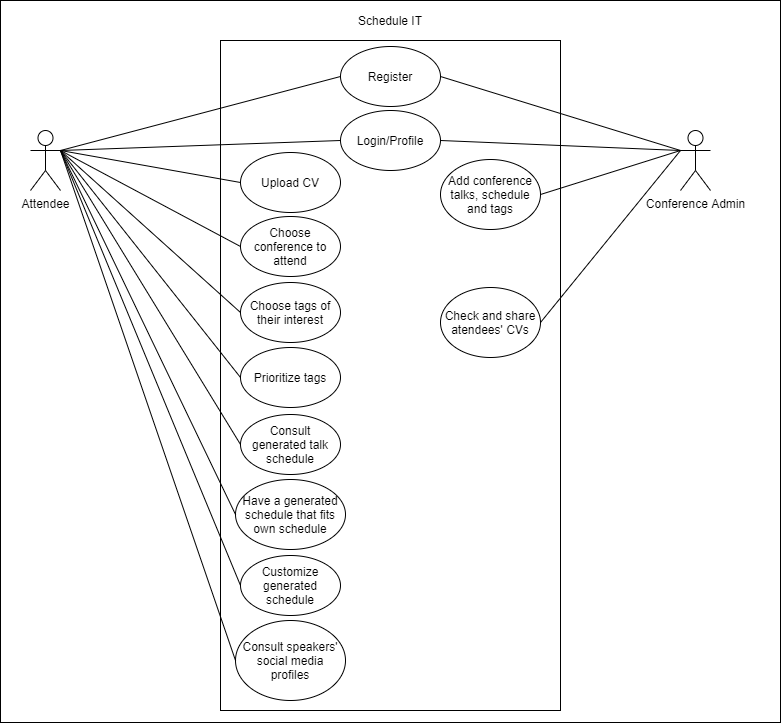
The draw.io diagram img/use_case_diagram.png in claramoreirag/FEUP-ESOF, before a commit. Source tidied: cells renumbered, new cells last; positions are measured from the earlier drawing's top-left corner, leaving out a move shared by most shapes. Its diagram source:
```xml
<mxGraphModel>
  <root>
    <mxCell id="0" />
    <mxCell id="1" parent="0" />
    <mxCell id="2" style="rounded=0;whiteSpace=wrap;html=1;" parent="1" vertex="1">
      <mxGeometry width="780" height="722" as="geometry" />
    </mxCell>
    <mxCell id="3" value="&lt;div&gt;Attendee&lt;/div&gt;" style="shape=umlActor;verticalLabelPosition=bottom;labelBackgroundColor=#ffffff;verticalAlign=top;html=1;outlineConnect=0;" parent="1" vertex="1">
      <mxGeometry x="30" y="130" width="30" height="60" as="geometry" />
    </mxCell>
    <mxCell id="4" style="rounded=0;whiteSpace=wrap;html=1;" parent="1" vertex="1">
      <mxGeometry x="220" y="40" width="340" height="670" as="geometry" />
    </mxCell>
    <mxCell id="5" value="&lt;div&gt;Conference Admin&lt;/div&gt;" style="shape=umlActor;verticalLabelPosition=bottom;labelBackgroundColor=#ffffff;verticalAlign=top;html=1;outlineConnect=0;" parent="1" vertex="1">
      <mxGeometry x="680" y="130" width="30" height="60" as="geometry" />
    </mxCell>
    <mxCell id="6" value="Schedule IT" style="text;html=1;strokeColor=none;fillColor=none;align=center;verticalAlign=middle;whiteSpace=wrap;rounded=0;" parent="1" vertex="1">
      <mxGeometry x="310" y="10" width="160" height="20" as="geometry" />
    </mxCell>
    <mxCell id="7" value="Login/Profile" style="ellipse;whiteSpace=wrap;html=1;" parent="1" vertex="1">
      <mxGeometry x="340" y="110" width="100" height="60" as="geometry" />
    </mxCell>
    <mxCell id="8" value="Register" style="ellipse;whiteSpace=wrap;html=1;" parent="1" vertex="1">
      <mxGeometry x="340" y="46" width="100" height="60" as="geometry" />
    </mxCell>
    <mxCell id="9" value="Choose tags of their interest" style="ellipse;whiteSpace=wrap;html=1;" parent="1" vertex="1">
      <mxGeometry x="240" y="282" width="100" height="60" as="geometry" />
    </mxCell>
    <mxCell id="10" value="Add conference talks, schedule and tags" style="ellipse;whiteSpace=wrap;html=1;" parent="1" vertex="1">
      <mxGeometry x="440" y="159" width="100" height="70" as="geometry" />
    </mxCell>
    <mxCell id="11" value="Consult generated talk schedule" style="ellipse;whiteSpace=wrap;html=1;" parent="1" vertex="1">
      <mxGeometry x="240" y="414" width="100" height="60" as="geometry" />
    </mxCell>
    <mxCell id="12" style="endArrow=none;html=1;exitX=1;exitY=0.3333333333333333;exitDx=0;exitDy=0;exitPerimeter=0;entryX=0;entryY=0.5;entryDx=0;entryDy=0;" parent="1" edge="1" source="3" target="7">
      <mxGeometry relative="1" as="geometry" />
    </mxCell>
    <mxCell id="13" style="endArrow=none;html=1;exitX=0;exitY=0.5;exitDx=0;exitDy=0;entryX=1;entryY=0.3333333333333333;entryDx=0;entryDy=0;entryPerimeter=0;" parent="1" edge="1" source="8" target="3">
      <mxGeometry relative="1" as="geometry" />
    </mxCell>
    <mxCell id="14" style="endArrow=none;html=1;entryX=1;entryY=0.5;entryDx=0;entryDy=0;exitX=0;exitY=0.3333333333333333;exitDx=0;exitDy=0;exitPerimeter=0;" parent="1" edge="1" source="5" target="7">
      <mxGeometry relative="1" as="geometry" />
    </mxCell>
    <mxCell id="15" style="endArrow=none;html=1;entryX=1;entryY=0.5;entryDx=0;entryDy=0;" parent="1" edge="1" target="8">
      <mxGeometry relative="1" as="geometry">
        <mxPoint x="680" y="150" as="sourcePoint" />
      </mxGeometry>
    </mxCell>
    <mxCell id="16" style="endArrow=none;html=1;exitX=0;exitY=0.5;exitDx=0;exitDy=0;" parent="1" edge="1" source="9">
      <mxGeometry relative="1" as="geometry">
        <mxPoint x="60" y="150" as="targetPoint" />
      </mxGeometry>
    </mxCell>
    <mxCell id="17" style="endArrow=none;html=1;entryX=0;entryY=0.5;entryDx=0;entryDy=0;" parent="1" edge="1" target="11">
      <mxGeometry relative="1" as="geometry">
        <mxPoint x="60" y="150" as="sourcePoint" />
      </mxGeometry>
    </mxCell>
    <mxCell id="18" style="endArrow=none;html=1;exitX=1;exitY=0.5;exitDx=0;exitDy=0;" parent="1" edge="1" source="10">
      <mxGeometry relative="1" as="geometry">
        <mxPoint x="680" y="150" as="targetPoint" />
      </mxGeometry>
    </mxCell>
    <mxCell id="19" value="Prioritize tags" style="ellipse;whiteSpace=wrap;html=1;" parent="1" vertex="1">
      <mxGeometry x="240" y="347" width="100" height="60" as="geometry" />
    </mxCell>
    <mxCell id="20" style="endArrow=none;html=1;exitX=0;exitY=0.5;exitDx=0;exitDy=0;" parent="1" edge="1" source="19">
      <mxGeometry relative="1" as="geometry">
        <mxPoint x="60" y="150" as="targetPoint" />
      </mxGeometry>
    </mxCell>
    <mxCell id="21" style="endArrow=none;html=1;exitX=0;exitY=0.5;exitDx=0;exitDy=0;" parent="1" edge="1" source="22">
      <mxGeometry relative="1" as="geometry">
        <mxPoint x="60" y="150" as="targetPoint" />
      </mxGeometry>
    </mxCell>
    <mxCell id="22" value="Customize generated schedule" style="ellipse;whiteSpace=wrap;html=1;" parent="1" vertex="1">
      <mxGeometry x="240" y="555" width="100" height="60" as="geometry" />
    </mxCell>
    <mxCell id="23" value="Upload CV" style="ellipse;whiteSpace=wrap;html=1;" parent="1" vertex="1">
      <mxGeometry x="240" y="152" width="100" height="60" as="geometry" />
    </mxCell>
    <mxCell id="24" style="endArrow=none;html=1;entryX=0;entryY=0.5;entryDx=0;entryDy=0;exitX=1;exitY=0.3333333333333333;exitDx=0;exitDy=0;exitPerimeter=0;" parent="1" edge="1" source="3" target="23">
      <mxGeometry relative="1" as="geometry" />
    </mxCell>
    <mxCell id="25" value="Check and share atendees' CVs" style="ellipse;whiteSpace=wrap;html=1;" parent="1" vertex="1">
      <mxGeometry x="440" y="287" width="100" height="70" as="geometry" />
    </mxCell>
    <mxCell id="26" style="endArrow=none;html=1;exitX=1;exitY=0.5;exitDx=0;exitDy=0;" parent="1" edge="1" source="25">
      <mxGeometry relative="1" as="geometry">
        <mxPoint x="680" y="150" as="targetPoint" />
      </mxGeometry>
    </mxCell>
    <mxCell id="27" value="Have a generated schedule that fits own schedule" style="ellipse;whiteSpace=wrap;html=1;" parent="1" vertex="1">
      <mxGeometry x="235" y="479" width="110" height="70" as="geometry" />
    </mxCell>
    <mxCell id="28" style="endArrow=none;html=1;exitX=0;exitY=0.5;exitDx=0;exitDy=0;" parent="1" edge="1" source="27">
      <mxGeometry relative="1" as="geometry">
        <mxPoint x="60" y="150" as="targetPoint" />
      </mxGeometry>
    </mxCell>
    <mxCell id="29" value="Consult speakers' social media profiles" style="ellipse;whiteSpace=wrap;html=1;" parent="1" vertex="1">
      <mxGeometry x="235" y="620" width="110" height="80" as="geometry" />
    </mxCell>
    <mxCell id="30" style="endArrow=none;html=1;exitX=0;exitY=0.5;exitDx=0;exitDy=0;" parent="1" edge="1" source="29">
      <mxGeometry relative="1" as="geometry">
        <mxPoint x="60" y="150" as="targetPoint" />
      </mxGeometry>
    </mxCell>
    <mxCell id="31" value="Choose conference to attend" style="ellipse;whiteSpace=wrap;html=1;" parent="1" vertex="1">
      <mxGeometry x="240" y="216" width="100" height="60" as="geometry" />
    </mxCell>
    <mxCell id="32" style="endArrow=none;html=1;entryX=0;entryY=0.5;entryDx=0;entryDy=0;" parent="1" edge="1" target="31">
      <mxGeometry relative="1" as="geometry">
        <mxPoint x="60" y="150" as="sourcePoint" />
      </mxGeometry>
    </mxCell>
  </root>
</mxGraphModel>
```
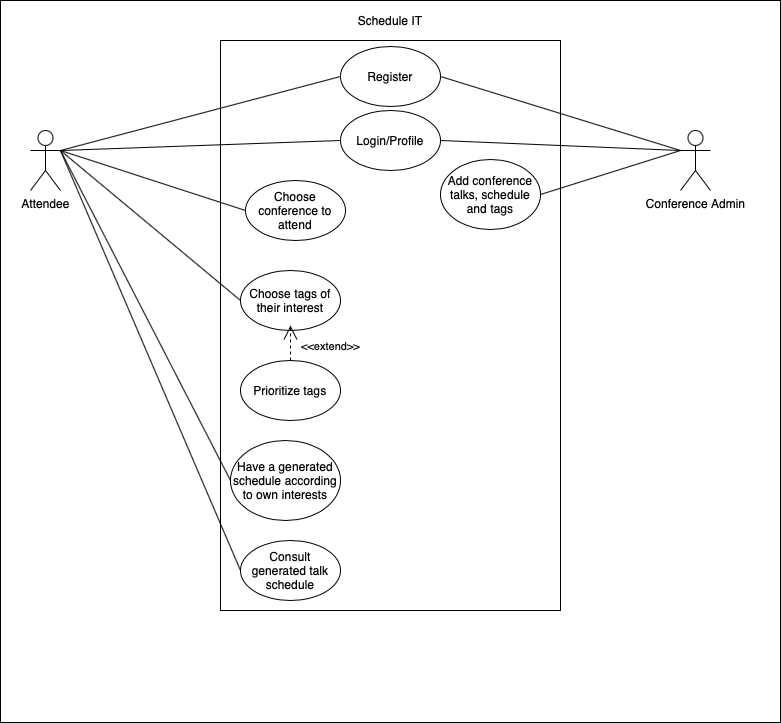
After the change.

The edit, as a diff of the source:
```diff
@@ -9,7 +9,7 @@
       <mxGeometry x="30" y="130" width="30" height="60" as="geometry" />
     </mxCell>
     <mxCell id="4" style="rounded=0;whiteSpace=wrap;html=1;" parent="1" vertex="1">
-      <mxGeometry x="220" y="40" width="340" height="670" as="geometry" />
+      <mxGeometry x="220" y="40" width="340" height="570" as="geometry" />
     </mxCell>
     <mxCell id="5" value="&lt;div&gt;Conference Admin&lt;/div&gt;" style="shape=umlActor;verticalLabelPosition=bottom;labelBackgroundColor=#ffffff;verticalAlign=top;html=1;outlineConnect=0;" parent="1" vertex="1">
       <mxGeometry x="680" y="130" width="30" height="60" as="geometry" />
@@ -24,13 +24,13 @@
       <mxGeometry x="340" y="46" width="100" height="60" as="geometry" />
     </mxCell>
     <mxCell id="9" value="Choose tags of their interest" style="ellipse;whiteSpace=wrap;html=1;" parent="1" vertex="1">
-      <mxGeometry x="240" y="282" width="100" height="60" as="geometry" />
+      <mxGeometry x="240" y="270" width="100" height="60" as="geometry" />
     </mxCell>
     <mxCell id="10" value="Add conference talks, schedule and tags" style="ellipse;whiteSpace=wrap;html=1;" parent="1" vertex="1">
       <mxGeometry x="440" y="159" width="100" height="70" as="geometry" />
     </mxCell>
     <mxCell id="11" value="Consult generated talk schedule" style="ellipse;whiteSpace=wrap;html=1;" parent="1" vertex="1">
-      <mxGeometry x="240" y="414" width="100" height="60" as="geometry" />
+      <mxGeometry x="240" y="540" width="100" height="60" as="geometry" />
     </mxCell>
     <mxCell id="12" style="endArrow=none;html=1;exitX=1;exitY=0.3333333333333333;exitDx=0;exitDy=0;exitPerimeter=0;entryX=0;entryY=0.5;entryDx=0;entryDy=0;" parent="1" edge="1" source="3" target="7">
       <mxGeometry relative="1" as="geometry" />
@@ -62,45 +62,10 @@
       </mxGeometry>
     </mxCell>
     <mxCell id="19" value="Prioritize tags" style="ellipse;whiteSpace=wrap;html=1;" parent="1" vertex="1">
-      <mxGeometry x="240" y="347" width="100" height="60" as="geometry" />
+      <mxGeometry x="240" y="360" width="100" height="60" as="geometry" />
     </mxCell>
-    <mxCell id="20" style="endArrow=none;html=1;exitX=0;exitY=0.5;exitDx=0;exitDy=0;" parent="1" edge="1" source="19">
-      <mxGeometry relative="1" as="geometry">
-        <mxPoint x="60" y="150" as="targetPoint" />
-      </mxGeometry>
-    </mxCell>
-    <mxCell id="21" style="endArrow=none;html=1;exitX=0;exitY=0.5;exitDx=0;exitDy=0;" parent="1" edge="1" source="22">
-      <mxGeometry relative="1" as="geometry">
-        <mxPoint x="60" y="150" as="targetPoint" />
-      </mxGeometry>
-    </mxCell>
-    <mxCell id="22" value="Customize generated schedule" style="ellipse;whiteSpace=wrap;html=1;" parent="1" vertex="1">
-      <mxGeometry x="240" y="555" width="100" height="60" as="geometry" />
-    </mxCell>
-    <mxCell id="23" value="Upload CV" style="ellipse;whiteSpace=wrap;html=1;" parent="1" vertex="1">
-      <mxGeometry x="240" y="152" width="100" height="60" as="geometry" />
-    </mxCell>
-    <mxCell id="24" style="endArrow=none;html=1;entryX=0;entryY=0.5;entryDx=0;entryDy=0;exitX=1;exitY=0.3333333333333333;exitDx=0;exitDy=0;exitPerimeter=0;" parent="1" edge="1" source="3" target="23">
-      <mxGeometry relative="1" as="geometry" />
-    </mxCell>
-    <mxCell id="25" value="Check and share atendees' CVs" style="ellipse;whiteSpace=wrap;html=1;" parent="1" vertex="1">
-      <mxGeometry x="440" y="287" width="100" height="70" as="geometry" />
-    </mxCell>
-    <mxCell id="26" style="endArrow=none;html=1;exitX=1;exitY=0.5;exitDx=0;exitDy=0;" parent="1" edge="1" source="25">
-      <mxGeometry relative="1" as="geometry">
-        <mxPoint x="680" y="150" as="targetPoint" />
-      </mxGeometry>
-    </mxCell>
-    <mxCell id="27" value="Have a generated schedule that fits own schedule" style="ellipse;whiteSpace=wrap;html=1;" parent="1" vertex="1">
-      <mxGeometry x="235" y="479" width="110" height="70" as="geometry" />
-    </mxCell>
-    <mxCell id="28" style="endArrow=none;html=1;exitX=0;exitY=0.5;exitDx=0;exitDy=0;" parent="1" edge="1" source="27">
-      <mxGeometry relative="1" as="geometry">
-        <mxPoint x="60" y="150" as="targetPoint" />
-      </mxGeometry>
-    </mxCell>
-    <mxCell id="29" value="Consult speakers' social media profiles" style="ellipse;whiteSpace=wrap;html=1;" parent="1" vertex="1">
-      <mxGeometry x="235" y="620" width="110" height="80" as="geometry" />
+    <mxCell id="29" value="Have a generated schedule according to own interests" style="ellipse;whiteSpace=wrap;html=1;" parent="1" vertex="1">
+      <mxGeometry x="230" y="440" width="110" height="80" as="geometry" />
     </mxCell>
     <mxCell id="30" style="endArrow=none;html=1;exitX=0;exitY=0.5;exitDx=0;exitDy=0;" parent="1" edge="1" source="29">
       <mxGeometry relative="1" as="geometry">
@@ -108,12 +73,23 @@
       </mxGeometry>
     </mxCell>
     <mxCell id="31" value="Choose conference to attend" style="ellipse;whiteSpace=wrap;html=1;" parent="1" vertex="1">
-      <mxGeometry x="240" y="216" width="100" height="60" as="geometry" />
+      <mxGeometry x="245" y="180" width="100" height="60" as="geometry" />
     </mxCell>
     <mxCell id="32" style="endArrow=none;html=1;entryX=0;entryY=0.5;entryDx=0;entryDy=0;" parent="1" edge="1" target="31">
       <mxGeometry relative="1" as="geometry">
         <mxPoint x="60" y="150" as="sourcePoint" />
       </mxGeometry>
     </mxCell>
+    <mxCell id="33" value="&amp;lt;&amp;lt;extend&amp;gt;&amp;gt;" style="endArrow=open;endSize=12;dashed=1;html=1;" parent="1" edge="1" source="19">
+      <mxGeometry x="-0.2" y="-40" relative="1" as="geometry">
+        <mxPoint x="290" y="325" as="targetPoint" />
+        <Array as="points">
+          <mxPoint x="290" y="325" />
+        </Array>
+      </mxGeometry>
+    </mxCell>
+    <mxCell id="34" style="edgeStyle=none;rounded=0;orthogonalLoop=1;jettySize=auto;html=1;entryX=0.5;entryY=1;entryDx=0;entryDy=0;" parent="1" edge="1" source="9" target="9">
+      <mxGeometry relative="1" as="geometry" />
+    </mxCell>
   </root>
 </mxGraphModel>
```
